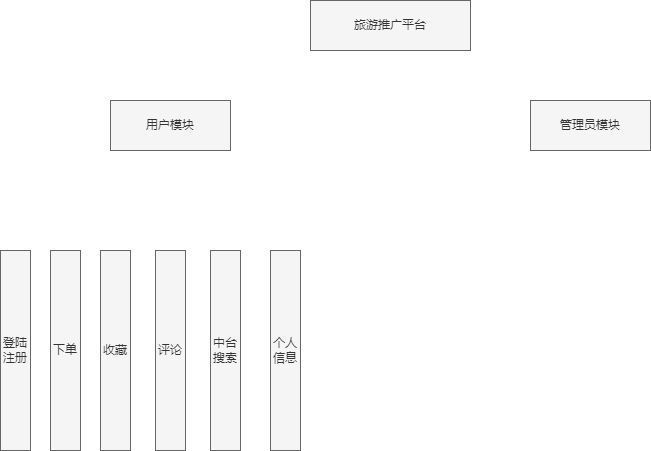
Above: sql/系统功能结构图.png in ren9901/tourism-j2ee-wx (draw.io), before the change. Source tidied: cells renumbered, new cells last; positions are measured from the earlier drawing's top-left corner, leaving out a move shared by most shapes.
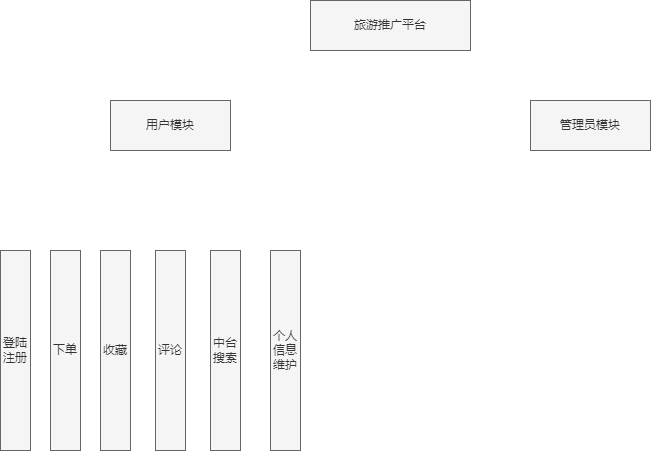
Later version of the same file.

Commit message:
更新系统功能结构图.png

What changed in the source:
```diff
@@ -26,7 +26,7 @@
     <mxCell id="9" value="中台搜索" style="rounded=0;whiteSpace=wrap;html=1;fillColor=#f5f5f5;fontColor=#333333;strokeColor=#666666;" parent="1" vertex="1">
       <mxGeometry x="210" y="250" width="30" height="200" as="geometry" />
     </mxCell>
-    <mxCell id="10" value="个人信息" style="rounded=0;whiteSpace=wrap;html=1;fillColor=#f5f5f5;fontColor=#333333;strokeColor=#666666;" parent="1" vertex="1">
+    <mxCell id="10" value="个人信息维护" style="rounded=0;whiteSpace=wrap;html=1;fillColor=#f5f5f5;fontColor=#333333;strokeColor=#666666;" parent="1" vertex="1">
       <mxGeometry x="270" y="250" width="30" height="200" as="geometry" />
     </mxCell>
   </root>
```
